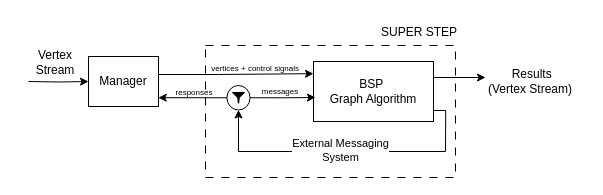
The draw.io diagram page "BSP" (3 of 9) of All execution models.drawio in komzy/FlinkPregelPaper, before the edit. Source tidied: cells renumbered, new cells numbered last; positions are measured from the earlier drawing's top-left corner, leaving out a move shared by most shapes. Both pictures are drawn from the tidied source at 100%, with x=0, y=0 at pixel (25, 17).
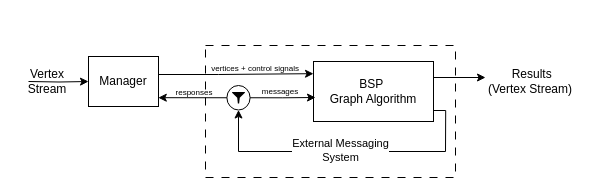
The same diagram, later.

Change to the diagram source:
```diff
@@
     <mxCell id="9" value="Vertex Stream" style="text;html=1;whiteSpace=wrap;strokeColor=none;fillColor=none;align=center;verticalAlign=middle;rounded=0;" parent="1" vertex="1">
-      <mxGeometry y="30" width="60" height="30" as="geometry" />
+      <mxGeometry x="-8" y="49" width="60" height="30" as="geometry" />
     </mxCell>
-    <mxCell id="10" value="SUPER STEP" style="text;html=1;whiteSpace=wrap;strokeColor=none;fillColor=none;align=center;verticalAlign=middle;rounded=0;" parent="1" vertex="1">
-      <mxGeometry x="349" width="90" height="30" as="geometry" />
-    </mxCell>
```
